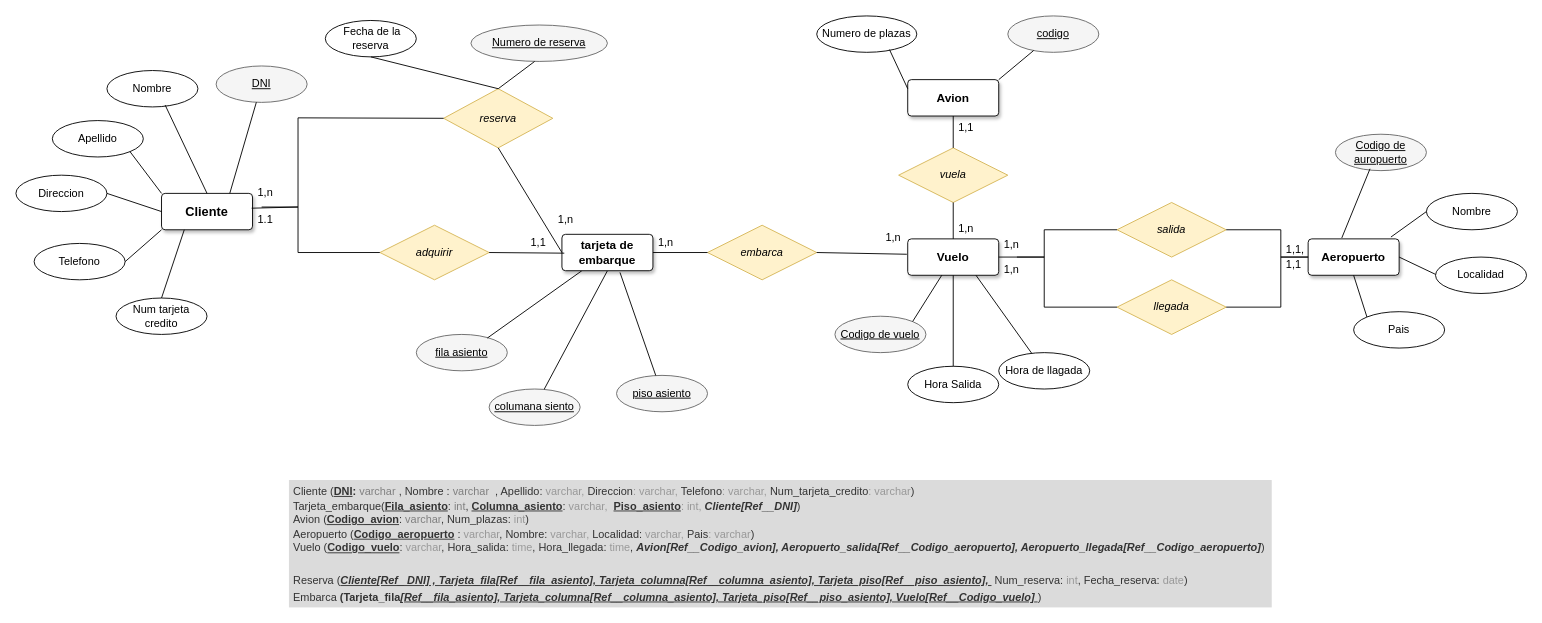
Above: Diagramas/Actividad_08_C3_ED12.drawio in jordimall/jmg-tsys-ta12diagramasER-drawio-111023 (draw.io), before the change. Source tidied: cells renumbered, new cells numbered last; positions are measured from the earlier drawing's top-left corner, leaving out a move shared by most shapes. Both pictures are drawn from the tidied source at 91%, with x=0, y=0 at pixel (15, 15).
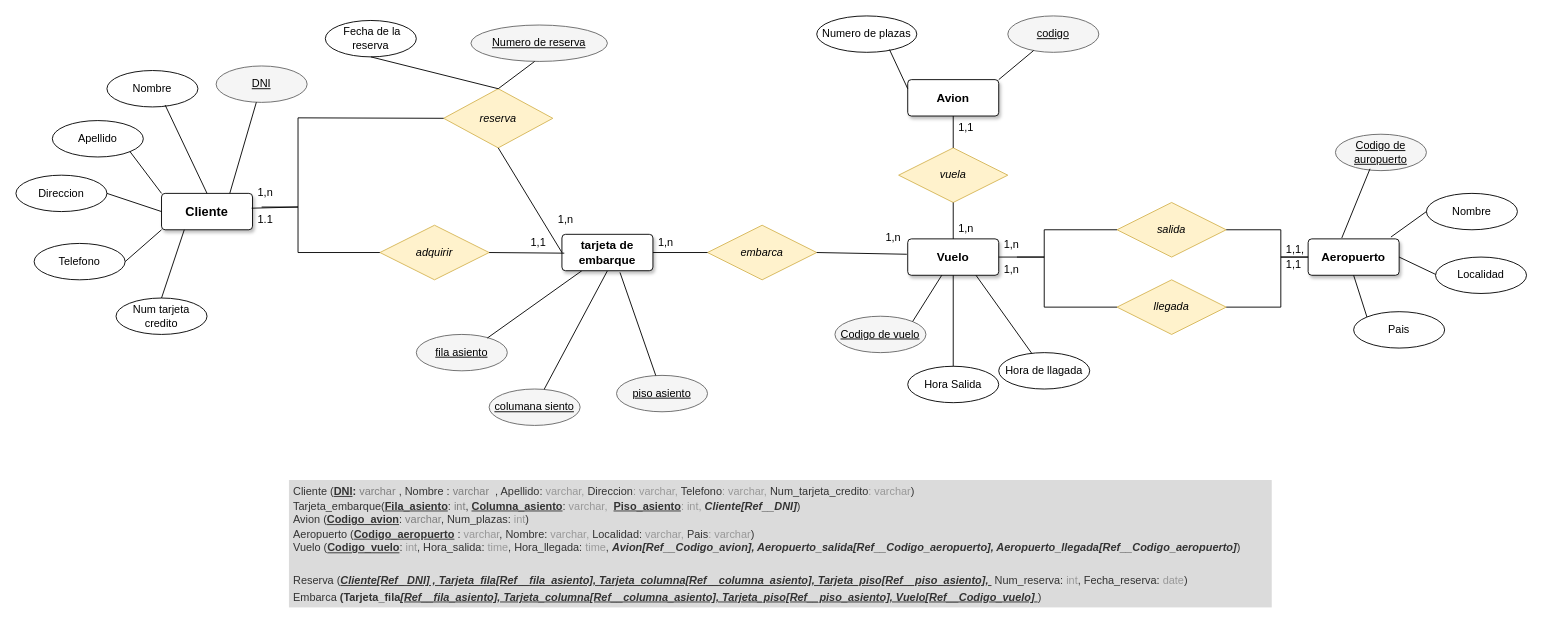
The same page after the edit.

Commit message:
Actualizar modelo relacional Actividad_08_C3_ED12.drawio

Diff of the diagram source:
```diff
@@
-    <mxCell id="77" value="&lt;h1 style=&quot;line-height: 150%;&quot;&gt;&lt;div style=&quot;border-color: var(--border-color); font-size: 12px; line-height: 130%;&quot;&gt;&lt;font style=&quot;border-color: var(--border-color);&quot;&gt;&lt;span style=&quot;border-color: var(--border-color);&quot;&gt;&lt;span style=&quot;border-color: var(--border-color);&quot;&gt;&lt;span style=&quot;font-weight: 400;&quot;&gt;Cliente (&lt;/span&gt;&lt;u style=&quot;&quot;&gt;DNI&lt;/u&gt;&lt;/span&gt;&lt;span style=&quot;border-color: var(--border-color);&quot;&gt;:&lt;/span&gt;&lt;font style=&quot;font-weight: 400; border-color: var(--border-color);&quot; color=&quot;#808080&quot;&gt;&amp;nbsp;varchar&lt;/font&gt;&lt;span style=&quot;font-weight: 400;&quot;&gt;&amp;nbsp;, Nombre : &lt;font color=&quot;#808080&quot;&gt;varchar&lt;/font&gt;&lt;/span&gt;&lt;span style=&quot;font-weight: 400;&quot;&gt;&amp;nbsp; , Apellido: &lt;font color=&quot;#999999&quot;&gt;varchar, &lt;/font&gt;Direccion&lt;font color=&quot;#999999&quot;&gt;: varchar, &lt;/font&gt;Telefono&lt;font color=&quot;#999999&quot;&gt;: varchar, &lt;/font&gt;Num_tarjeta_credito&lt;font color=&quot;#999999&quot;&gt;: varchar&lt;/font&gt;&lt;/span&gt;&lt;span style=&quot;font-weight: 400;&quot;&gt;)&lt;/span&gt;&lt;br&gt;&lt;/span&gt;&lt;/font&gt;&lt;/div&gt;&lt;div style=&quot;border-color: var(--border-color); font-size: 12px; line-height: 130%;&quot;&gt;&lt;font style=&quot;border-color: var(--border-color);&quot;&gt;&lt;span style=&quot;border-color: var(--border-color);&quot;&gt;&lt;span style=&quot;border-color: var(--border-color);&quot;&gt;&lt;span style=&quot;font-weight: 400;&quot;&gt;Tarjeta_embarque(&lt;/span&gt;&lt;u&gt;Fila_asiento&lt;/u&gt;&lt;/span&gt;&lt;span style=&quot;font-weight: 400; border-color: var(--border-color);&quot;&gt;: &lt;font color=&quot;#808080&quot;&gt;int&lt;/font&gt;&lt;/span&gt;&lt;span style=&quot;border-color: var(--border-color);&quot;&gt;&lt;span style=&quot;font-weight: 400;&quot;&gt;, &lt;/span&gt;&lt;u&gt;Columna_asiento&lt;/u&gt;&lt;span style=&quot;font-weight: 400;&quot;&gt;: &lt;/span&gt;&lt;font style=&quot;font-weight: 400;&quot; color=&quot;#999999&quot;&gt;varchar,&amp;nbsp; &lt;/font&gt;&lt;u&gt;Piso_asiento&lt;/u&gt;&lt;font style=&quot;font-weight: 400;&quot; color=&quot;#999999&quot;&gt;: int, &lt;/font&gt;&lt;i style=&quot;&quot;&gt;Cliente[Ref__DNI]&lt;/i&gt;&lt;/span&gt;&lt;span style=&quot;border-color: var(--border-color);&quot;&gt;&lt;span style=&quot;font-weight: 400;&quot;&gt;)&amp;nbsp;&lt;/span&gt;&lt;/span&gt;&lt;/span&gt;&lt;/font&gt;&lt;/div&gt;&lt;div style=&quot;border-color: var(--border-color); font-size: 12px; line-height: 130%;&quot;&gt;&lt;font style=&quot;border-color: var(--border-color);&quot;&gt;&lt;span style=&quot;border-color: var(--border-color);&quot;&gt;&lt;span style=&quot;font-weight: 400;&quot;&gt;Avion (&lt;/span&gt;&lt;u&gt;Codigo_avion&lt;/u&gt;&lt;/span&gt;&lt;span style=&quot;font-weight: 400;&quot;&gt;: &lt;font color=&quot;#808080&quot;&gt;varchar&lt;/font&gt;&lt;/span&gt;&lt;b style=&quot;font-weight: 400; border-color: var(--border-color);&quot;&gt;,&lt;/b&gt;&lt;span style=&quot;font-weight: 400;&quot;&gt;&amp;nbsp;Num_plazas: &lt;font color=&quot;#999999&quot;&gt;int&lt;/font&gt;&lt;/span&gt;&lt;span style=&quot;font-weight: 400;&quot;&gt;)&amp;nbsp;&lt;/span&gt;&lt;/font&gt;&lt;/div&gt;&lt;div style=&quot;border-color: var(--border-color); font-size: 12px; line-height: 130%;&quot;&gt;&lt;span style=&quot;background-color: initial; font-weight: 400; border-color: var(--border-color);&quot;&gt;Aeropuerto (&lt;/span&gt;&lt;span style=&quot;background-color: initial; border-color: var(--border-color);&quot;&gt;&lt;u&gt;Codigo_aeropuerto&lt;/u&gt;&lt;/span&gt;&lt;span style=&quot;background-color: initial; font-weight: 400; border-color: var(--border-color);&quot;&gt;&amp;nbsp;:&lt;font color=&quot;#999999&quot;&gt;&amp;nbsp;varchar&lt;/font&gt;, Nombre:&lt;font color=&quot;#999999&quot;&gt;&amp;nbsp;varchar, &lt;/font&gt;Localidad:&lt;font color=&quot;#999999&quot;&gt;&amp;nbsp;varchar, &lt;/font&gt;Pais&lt;font color=&quot;#999999&quot;&gt;: varchar&lt;/font&gt;&lt;/span&gt;&lt;span style=&quot;background-color: initial;&quot;&gt;&lt;span style=&quot;font-weight: 400;&quot;&gt;)&lt;/span&gt;&lt;i style=&quot;&quot;&gt;&lt;font style=&quot;&quot; color=&quot;#000000&quot;&gt;&amp;nbsp;&lt;/font&gt;&lt;/i&gt;&lt;/span&gt;&lt;/div&gt;&lt;div style=&quot;border-color: var(--border-color); font-size: 12px; line-height: 130%;&quot;&gt;&lt;span style=&quot;background-color: initial; font-weight: 400;&quot;&gt;Vuelo (&lt;/span&gt;&lt;span style=&quot;background-color: initial;&quot;&gt;&lt;u&gt;Codigo_vuelo&lt;/u&gt;&lt;/span&gt;&lt;span style=&quot;background-color: initial; font-weight: 400;&quot;&gt;: &lt;font color=&quot;#999999&quot;&gt;varchar&lt;/font&gt;, Hora_salida: &lt;font color=&quot;#999999&quot;&gt;time&lt;/font&gt;, Hora_llegada: &lt;font color=&quot;#999999&quot;&gt;time&lt;/font&gt;, &lt;/span&gt;&lt;span style=&quot;background-color: initial;&quot;&gt;&lt;i&gt;Avion[Ref__Codigo_avion], Aeropuerto_salida[Ref__Codigo_aeropuerto], Aeropuerto_llegada[Ref__Codigo_aeropuerto]&lt;/i&gt;&lt;/span&gt;&lt;span style=&quot;background-color: initial; font-weight: 400;&quot;&gt;)&lt;/span&gt;&lt;/div&gt;&lt;div style=&quot;border-color: var(--border-color); font-weight: 400; font-size: 12px; line-height: 150%;&quot;&gt;&lt;/div&gt;&lt;span style=&quot;border-color: var(--border-color); font-size: 12px;&quot;&gt;&lt;div style=&quot;border-color: var(--border-color); line-height: 150%;&quot;&gt;&lt;font style=&quot;border-color: var(--border-color);&quot;&gt;&lt;b style=&quot;font-style: normal; font-weight: 400; border-color: var(--border-color);&quot;&gt;&lt;br&gt;&lt;/b&gt;&lt;/font&gt;&lt;/div&gt;&lt;div style=&quot;border-color: var(--border-color); line-height: 150%;&quot;&gt;&lt;font style=&quot;border-color: var(--border-color);&quot;&gt;&lt;b style=&quot;font-style: normal; font-weight: 400; border-color: var(--border-color);&quot;&gt;Reserva (&lt;/b&gt;&lt;span style=&quot;border-color: var(--border-color);&quot;&gt;&lt;i&gt;&lt;u&gt;Cliente&lt;/u&gt;&lt;/i&gt;&lt;/span&gt;&lt;/font&gt;&lt;span style=&quot;font-weight: 400; background-color: initial; border-color: var(--border-color);&quot;&gt;&lt;b style=&quot;border-color: var(--border-color);&quot;&gt;&lt;u style=&quot;&quot;&gt;&lt;i&gt;[Ref_ DNI] , Tarjeta_fila[Ref__fila_asiento], Tarjeta_columna[Ref__columna_asiento], Tarjeta_piso[Ref__piso_asiento],&amp;nbsp;&lt;/i&gt;&lt;/u&gt;&lt;/b&gt;&lt;/span&gt;&lt;span style=&quot;font-weight: 400; background-color: initial;&quot;&gt;&amp;nbsp;Num_reserva: &lt;font color=&quot;#999999&quot;&gt;int&lt;/font&gt;, Fecha_reserva: &lt;font color=&quot;#999999&quot;&gt;date&lt;/font&gt;&lt;/span&gt;&lt;span style=&quot;font-style: normal; font-weight: 400; background-color: initial;&quot;&gt;)&lt;/span&gt;&lt;/div&gt;&lt;div style=&quot;border-color: var(--border-color); line-height: 150%;&quot;&gt;&lt;span style=&quot;font-style: normal;&quot;&gt;&lt;span style=&quot;font-weight: normal;&quot;&gt;Embarca&amp;nbsp;&lt;/span&gt;(Tarjeta_fila&lt;/span&gt;&lt;span style=&quot;background-color: initial; font-weight: normal; border-color: var(--border-color);&quot;&gt;&lt;span style=&quot;border-color: var(--border-color); background-color: initial;&quot;&gt;&lt;i&gt;&lt;b style=&quot;text-decoration-line: underline; border-color: var(--border-color);&quot;&gt;[Ref__fila_asiento], Tarjeta_columna[Ref__columna_asiento], Tarjeta_piso[Ref__piso_asiento], Vuelo&lt;/b&gt;&lt;b style=&quot;text-decoration-line: underline; border-color: var(--border-color);&quot;&gt;[Ref__Codigo_vuelo]&lt;/b&gt;&lt;/i&gt;&lt;/span&gt;&lt;span style=&quot;text-decoration-line: underline; font-style: normal; border-color: var(--border-color); background-color: initial;&quot;&gt;&amp;nbsp;&lt;/span&gt;&lt;/span&gt;&lt;span style=&quot;font-style: normal; background-color: initial; font-weight: normal;&quot;&gt;)&amp;nbsp;&lt;/span&gt;&lt;/div&gt;&lt;/span&gt;&lt;/h1&gt;" style="text;html=1;strokeColor=none;fillColor=#dbdbdb;spacing=5;spacingTop=-20;whiteSpace=wrap;overflow=hidden;rounded=0;fontColor=#333333;" parent="1" vertex="1">
+    <mxCell id="77" value="&lt;h1 style=&quot;line-height: 150%;&quot;&gt;&lt;div style=&quot;border-color: var(--border-color); font-size: 12px; line-height: 130%;&quot;&gt;&lt;font style=&quot;border-color: var(--border-color);&quot;&gt;&lt;span style=&quot;border-color: var(--border-color);&quot;&gt;&lt;span style=&quot;border-color: var(--border-color);&quot;&gt;&lt;span style=&quot;font-weight: 400;&quot;&gt;Cliente (&lt;/span&gt;&lt;u style=&quot;&quot;&gt;DNI&lt;/u&gt;&lt;/span&gt;&lt;span style=&quot;border-color: var(--border-color);&quot;&gt;:&lt;/span&gt;&lt;font style=&quot;font-weight: 400; border-color: var(--border-color);&quot; color=&quot;#808080&quot;&gt;&amp;nbsp;varchar&lt;/font&gt;&lt;span style=&quot;font-weight: 400;&quot;&gt;&amp;nbsp;, Nombre : &lt;font color=&quot;#808080&quot;&gt;varchar&lt;/font&gt;&lt;/span&gt;&lt;span style=&quot;font-weight: 400;&quot;&gt;&amp;nbsp; , Apellido: &lt;font color=&quot;#999999&quot;&gt;varchar, &lt;/font&gt;Direccion&lt;font color=&quot;#999999&quot;&gt;: varchar, &lt;/font&gt;Telefono&lt;font color=&quot;#999999&quot;&gt;: varchar, &lt;/font&gt;Num_tarjeta_credito&lt;font color=&quot;#999999&quot;&gt;: varchar&lt;/font&gt;&lt;/span&gt;&lt;span style=&quot;font-weight: 400;&quot;&gt;)&lt;/span&gt;&lt;br&gt;&lt;/span&gt;&lt;/font&gt;&lt;/div&gt;&lt;div style=&quot;border-color: var(--border-color); font-size: 12px; line-height: 130%;&quot;&gt;&lt;font style=&quot;border-color: var(--border-color);&quot;&gt;&lt;span style=&quot;border-color: var(--border-color);&quot;&gt;&lt;span style=&quot;border-color: var(--border-color);&quot;&gt;&lt;span style=&quot;font-weight: 400;&quot;&gt;Tarjeta_embarque(&lt;/span&gt;&lt;u&gt;Fila_asiento&lt;/u&gt;&lt;/span&gt;&lt;span style=&quot;font-weight: 400; border-color: var(--border-color);&quot;&gt;: &lt;font color=&quot;#808080&quot;&gt;int&lt;/font&gt;&lt;/span&gt;&lt;span style=&quot;border-color: var(--border-color);&quot;&gt;&lt;span style=&quot;font-weight: 400;&quot;&gt;, &lt;/span&gt;&lt;u&gt;Columna_asiento&lt;/u&gt;&lt;span style=&quot;font-weight: 400;&quot;&gt;: &lt;/span&gt;&lt;font style=&quot;font-weight: 400;&quot; color=&quot;#999999&quot;&gt;varchar,&amp;nbsp; &lt;/font&gt;&lt;u&gt;Piso_asiento&lt;/u&gt;&lt;font style=&quot;font-weight: 400;&quot; color=&quot;#999999&quot;&gt;: int, &lt;/font&gt;&lt;i style=&quot;&quot;&gt;Cliente[Ref__DNI]&lt;/i&gt;&lt;/span&gt;&lt;span style=&quot;border-color: var(--border-color);&quot;&gt;&lt;span style=&quot;font-weight: 400;&quot;&gt;)&amp;nbsp;&lt;/span&gt;&lt;/span&gt;&lt;/span&gt;&lt;/font&gt;&lt;/div&gt;&lt;div style=&quot;border-color: var(--border-color); font-size: 12px; line-height: 130%;&quot;&gt;&lt;font style=&quot;border-color: var(--border-color);&quot;&gt;&lt;span style=&quot;border-color: var(--border-color);&quot;&gt;&lt;span style=&quot;font-weight: 400;&quot;&gt;Avion (&lt;/span&gt;&lt;u&gt;Codigo_avion&lt;/u&gt;&lt;/span&gt;&lt;span style=&quot;font-weight: 400;&quot;&gt;: &lt;font color=&quot;#808080&quot;&gt;varchar&lt;/font&gt;&lt;/span&gt;&lt;b style=&quot;font-weight: 400; border-color: var(--border-color);&quot;&gt;,&lt;/b&gt;&lt;span style=&quot;font-weight: 400;&quot;&gt;&amp;nbsp;Num_plazas: &lt;font color=&quot;#999999&quot;&gt;int&lt;/font&gt;&lt;/span&gt;&lt;span style=&quot;font-weight: 400;&quot;&gt;)&amp;nbsp;&lt;/span&gt;&lt;/font&gt;&lt;/div&gt;&lt;div style=&quot;border-color: var(--border-color); font-size: 12px; line-height: 130%;&quot;&gt;&lt;span style=&quot;background-color: initial; font-weight: 400; border-color: var(--border-color);&quot;&gt;Aeropuerto (&lt;/span&gt;&lt;span style=&quot;background-color: initial; border-color: var(--border-color);&quot;&gt;&lt;u&gt;Codigo_aeropuerto&lt;/u&gt;&lt;/span&gt;&lt;span style=&quot;background-color: initial; font-weight: 400; border-color: var(--border-color);&quot;&gt;&amp;nbsp;:&lt;font color=&quot;#999999&quot;&gt;&amp;nbsp;varchar&lt;/font&gt;, Nombre:&lt;font color=&quot;#999999&quot;&gt;&amp;nbsp;varchar, &lt;/font&gt;Localidad:&lt;font color=&quot;#999999&quot;&gt;&amp;nbsp;varchar, &lt;/font&gt;Pais&lt;font color=&quot;#999999&quot;&gt;: varchar&lt;/font&gt;&lt;/span&gt;&lt;span style=&quot;background-color: initial;&quot;&gt;&lt;span style=&quot;font-weight: 400;&quot;&gt;)&lt;/span&gt;&lt;i style=&quot;&quot;&gt;&lt;font style=&quot;&quot; color=&quot;#000000&quot;&gt;&amp;nbsp;&lt;/font&gt;&lt;/i&gt;&lt;/span&gt;&lt;/div&gt;&lt;div style=&quot;border-color: var(--border-color); font-size: 12px; line-height: 130%;&quot;&gt;&lt;span style=&quot;background-color: initial; font-weight: 400;&quot;&gt;Vuelo (&lt;/span&gt;&lt;span style=&quot;background-color: initial;&quot;&gt;&lt;u&gt;Codigo_vuelo&lt;/u&gt;&lt;/span&gt;&lt;span style=&quot;background-color: initial; font-weight: 400;&quot;&gt;: &lt;font color=&quot;#999999&quot;&gt;int&lt;/font&gt;, Hora_salida: &lt;font color=&quot;#999999&quot;&gt;time&lt;/font&gt;, Hora_llegada: &lt;font color=&quot;#999999&quot;&gt;time&lt;/font&gt;, &lt;/span&gt;&lt;span style=&quot;background-color: initial;&quot;&gt;&lt;i&gt;Avion[Ref__Codigo_avion], Aeropuerto_salida[Ref__Codigo_aeropuerto], Aeropuerto_llegada[Ref__Codigo_aeropuerto]&lt;/i&gt;&lt;/span&gt;&lt;span style=&quot;background-color: initial; font-weight: 400;&quot;&gt;)&lt;/span&gt;&lt;/div&gt;&lt;div style=&quot;border-color: var(--border-color); font-weight: 400; font-size: 12px; line-height: 150%;&quot;&gt;&lt;/div&gt;&lt;span style=&quot;border-color: var(--border-color); font-size: 12px;&quot;&gt;&lt;div style=&quot;border-color: var(--border-color); line-height: 150%;&quot;&gt;&lt;font style=&quot;border-color: var(--border-color);&quot;&gt;&lt;b style=&quot;font-style: normal; font-weight: 400; border-color: var(--border-color);&quot;&gt;&lt;br&gt;&lt;/b&gt;&lt;/font&gt;&lt;/div&gt;&lt;div style=&quot;border-color: var(--border-color); line-height: 150%;&quot;&gt;&lt;font style=&quot;border-color: var(--border-color);&quot;&gt;&lt;b style=&quot;font-style: normal; font-weight: 400; border-color: var(--border-color);&quot;&gt;Reserva (&lt;/b&gt;&lt;span style=&quot;border-color: var(--border-color);&quot;&gt;&lt;i&gt;&lt;u&gt;Cliente&lt;/u&gt;&lt;/i&gt;&lt;/span&gt;&lt;/font&gt;&lt;span style=&quot;font-weight: 400; background-color: initial; border-color: var(--border-color);&quot;&gt;&lt;b style=&quot;border-color: var(--border-color);&quot;&gt;&lt;u style=&quot;&quot;&gt;&lt;i&gt;[Ref_ DNI] , Tarjeta_fila[Ref__fila_asiento], Tarjeta_columna[Ref__columna_asiento], Tarjeta_piso[Ref__piso_asiento],&amp;nbsp;&lt;/i&gt;&lt;/u&gt;&lt;/b&gt;&lt;/span&gt;&lt;span style=&quot;font-weight: 400; background-color: initial;&quot;&gt;&amp;nbsp;Num_reserva: &lt;font color=&quot;#999999&quot;&gt;int&lt;/font&gt;, Fecha_reserva: &lt;font color=&quot;#999999&quot;&gt;date&lt;/font&gt;&lt;/span&gt;&lt;span style=&quot;font-style: normal; font-weight: 400; background-color: initial;&quot;&gt;)&lt;/span&gt;&lt;/div&gt;&lt;div style=&quot;border-color: var(--border-color); line-height: 150%;&quot;&gt;&lt;span style=&quot;font-style: normal;&quot;&gt;&lt;span style=&quot;font-weight: normal;&quot;&gt;Embarca&amp;nbsp;&lt;/span&gt;(Tarjeta_fila&lt;/span&gt;&lt;span style=&quot;background-color: initial; font-weight: normal; border-color: var(--border-color);&quot;&gt;&lt;span style=&quot;border-color: var(--border-color); background-color: initial;&quot;&gt;&lt;i&gt;&lt;b style=&quot;text-decoration-line: underline; border-color: var(--border-color);&quot;&gt;[Ref__fila_asiento], Tarjeta_columna[Ref__columna_asiento], Tarjeta_piso[Ref__piso_asiento], Vuelo&lt;/b&gt;&lt;b style=&quot;text-decoration-line: underline; border-color: var(--border-color);&quot;&gt;[Ref__Codigo_vuelo]&lt;/b&gt;&lt;/i&gt;&lt;/span&gt;&lt;span style=&quot;text-decoration-line: underline; font-style: normal; border-color: var(--border-color); background-color: initial;&quot;&gt;&amp;nbsp;&lt;/span&gt;&lt;/span&gt;&lt;span style=&quot;font-style: normal; background-color: initial; font-weight: normal;&quot;&gt;)&amp;nbsp;&lt;/span&gt;&lt;/div&gt;&lt;/span&gt;&lt;/h1&gt;" style="text;html=1;strokeColor=none;fillColor=#dbdbdb;spacing=5;spacingTop=-20;whiteSpace=wrap;overflow=hidden;rounded=0;fontColor=#333333;" parent="1" vertex="1">
       <mxGeometry x="300" y="510" width="1080" height="140" as="geometry" />
     </mxCell>
```
